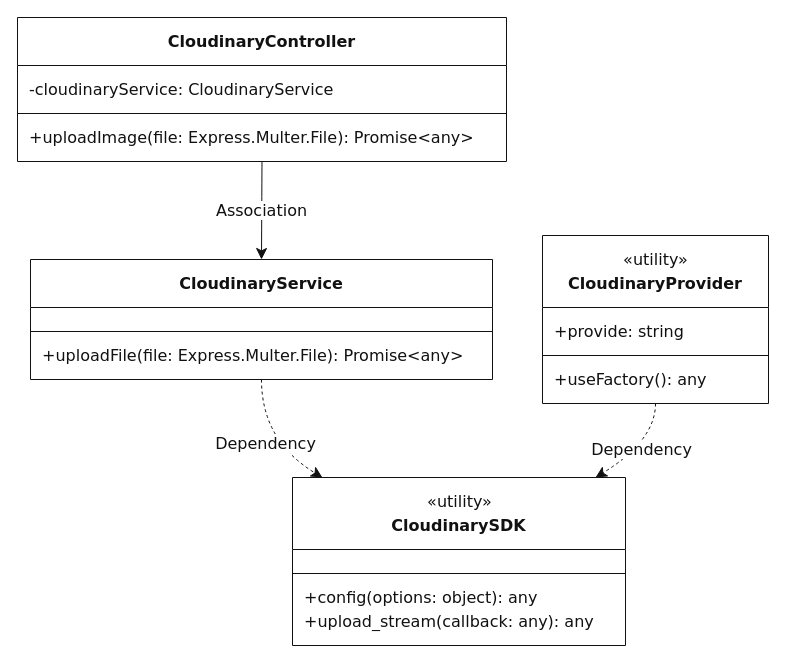
Before: page "3.13 Upload Image" (2 of 2) of cloudinary_all_class_diagrams.drawio in CuongBC195/class-diagram-donation-blood, a draw.io diagram. Source tidied: cells renumbered, new cells numbered last; positions are measured from the earlier drawing's top-left corner, leaving out a move shared by most shapes. Both pictures are drawn from the tidied source at 100%, with x=0, y=0 at pixel (17, 17).
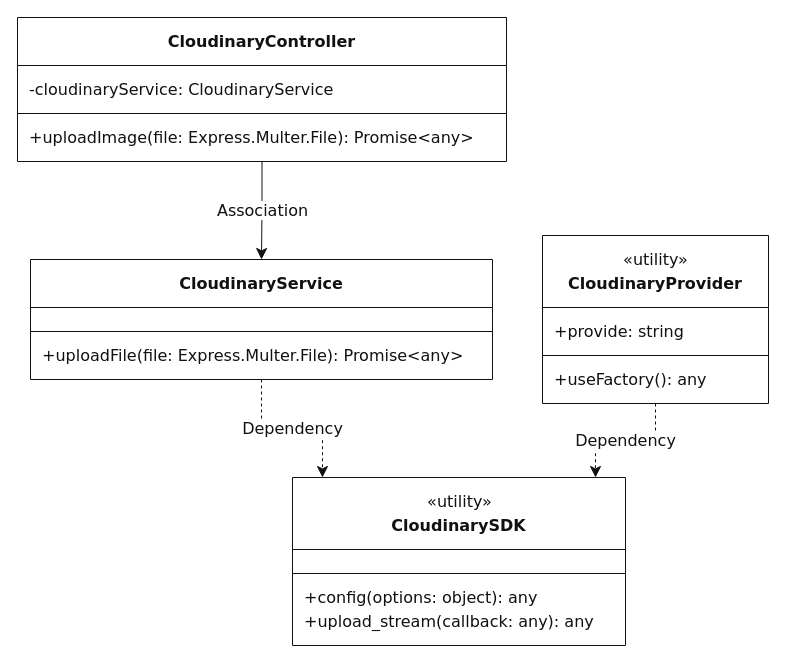
After the change.

Unchanged cells that the change refers to:
```xml
<mxCell id="2" value="&lt;b&gt;CloudinaryController&lt;/b&gt;" style="swimlane;html=1;fontStyle=1;fontSize=16;align=center;verticalAlign=middle;horizontal=1;startSize=48;swimlaneFillColor=#ffffff;whiteSpace=wrap;fillColor=#ffffff;strokeColor=#111111;fontColor=#111111;fontFamily=Trebuchet MS,Verdana,Arial,sans-serif;" parent="1" vertex="1">
  <mxGeometry width="489" height="144" as="geometry" />
</mxCell>
<mxCell id="6" value="&lt;b&gt;CloudinaryService&lt;/b&gt;" style="swimlane;html=1;fontStyle=1;fontSize=16;align=center;verticalAlign=middle;horizontal=1;startSize=48;swimlaneFillColor=#ffffff;whiteSpace=wrap;fillColor=#ffffff;strokeColor=#111111;fontColor=#111111;fontFamily=Trebuchet MS,Verdana,Arial,sans-serif;" parent="1" vertex="1">
  <mxGeometry x="13" y="242" width="462" height="120" as="geometry" />
</mxCell>
<mxCell id="9" value="&lt;b&gt;CloudinaryProvider&lt;/b&gt;" style="swimlane;html=1;fontStyle=1;fontSize=16;align=center;verticalAlign=middle;horizontal=1;startSize=72;swimlaneFillColor=#ffffff;whiteSpace=wrap;spacingTop=24;fillColor=#ffffff;strokeColor=#111111;fontColor=#111111;fontFamily=Trebuchet MS,Verdana,Arial,sans-serif;" parent="1" vertex="1">
  <mxGeometry x="525" y="218" width="226" height="168" as="geometry" />
</mxCell>
<mxCell id="14" value="&lt;b&gt;CloudinarySDK&lt;/b&gt;" style="swimlane;html=1;fontStyle=1;fontSize=16;align=center;verticalAlign=middle;horizontal=1;startSize=72;swimlaneFillColor=#ffffff;whiteSpace=wrap;spacingTop=24;fillColor=#ffffff;strokeColor=#111111;fontColor=#111111;fontFamily=Trebuchet MS,Verdana,Arial,sans-serif;" parent="1" vertex="1">
  <mxGeometry x="275" y="460" width="333" height="168" as="geometry" />
</mxCell>
```

The edit, as a diff of the source:
```diff
@@
-    <mxCell id="19" value="Association" style="curved=1;startArrow=none;endArrow=classic;endSize=9;strokeColor=#111111;html=1;fontSize=16;labelBackgroundColor=#ffffff;fontFamily=Trebuchet MS,Verdana,Arial,sans-serif;fontColor=#111111;exitX=0.5;exitY=1;entryX=0.5;entryY=0;" parent="1" edge="1" source="2" target="6">
+    <mxCell id="19" value="Association" style="startArrow=none;endArrow=classic;endSize=9;strokeColor=#111111;html=1;fontSize=16;labelBackgroundColor=#ffffff;fontFamily=Trebuchet MS,Verdana,Arial,sans-serif;fontColor=#111111;exitX=0.5;exitY=1;entryX=0.5;entryY=0;edgeStyle=orthogonalEdgeStyle;" parent="1" edge="1" source="2" target="6">
       <mxGeometry relative="1" as="geometry" />
     </mxCell>
-    <mxCell id="20" value="Dependency" style="curved=1;dashed=1;startArrow=none;endArrow=classic;endSize=9;strokeColor=#111111;html=1;fontSize=16;labelBackgroundColor=#ffffff;fontFamily=Trebuchet MS,Verdana,Arial,sans-serif;fontColor=#111111;exitX=0.5;exitY=1;entryX=0.09;entryY=0;fixDash=1;" parent="1" edge="1" source="6" target="14">
-      <mxGeometry relative="1" as="geometry">
-        <Array as="points">
-          <mxPoint x="244" y="423" />
-        </Array>
-      </mxGeometry>
+    <mxCell id="20" value="Dependency" style="dashed=1;startArrow=none;endArrow=classic;endSize=9;strokeColor=#111111;html=1;fontSize=16;labelBackgroundColor=#ffffff;fontFamily=Trebuchet MS,Verdana,Arial,sans-serif;fontColor=#111111;exitX=0.5;exitY=1;entryX=0.09;entryY=0;fixDash=1;edgeStyle=orthogonalEdgeStyle;" parent="1" edge="1" source="6" target="14">
+      <mxGeometry relative="1" as="geometry" />
     </mxCell>
-    <mxCell id="21" value="Dependency" style="curved=1;dashed=1;startArrow=none;endArrow=classic;endSize=9;strokeColor=#111111;html=1;fontSize=16;labelBackgroundColor=#ffffff;fontFamily=Trebuchet MS,Verdana,Arial,sans-serif;fontColor=#111111;exitX=0.5;exitY=1;entryX=0.91;entryY=0;fixDash=1;" parent="1" edge="1" source="9" target="14">
-      <mxGeometry relative="1" as="geometry">
-        <Array as="points">
-          <mxPoint x="638" y="423" />
-        </Array>
-      </mxGeometry>
+    <mxCell id="21" value="Dependency" style="dashed=1;startArrow=none;endArrow=classic;endSize=9;strokeColor=#111111;html=1;fontSize=16;labelBackgroundColor=#ffffff;fontFamily=Trebuchet MS,Verdana,Arial,sans-serif;fontColor=#111111;exitX=0.5;exitY=1;entryX=0.91;entryY=0;fixDash=1;edgeStyle=orthogonalEdgeStyle;" parent="1" edge="1" source="9" target="14">
+      <mxGeometry relative="1" as="geometry" />
     </mxCell>
```
